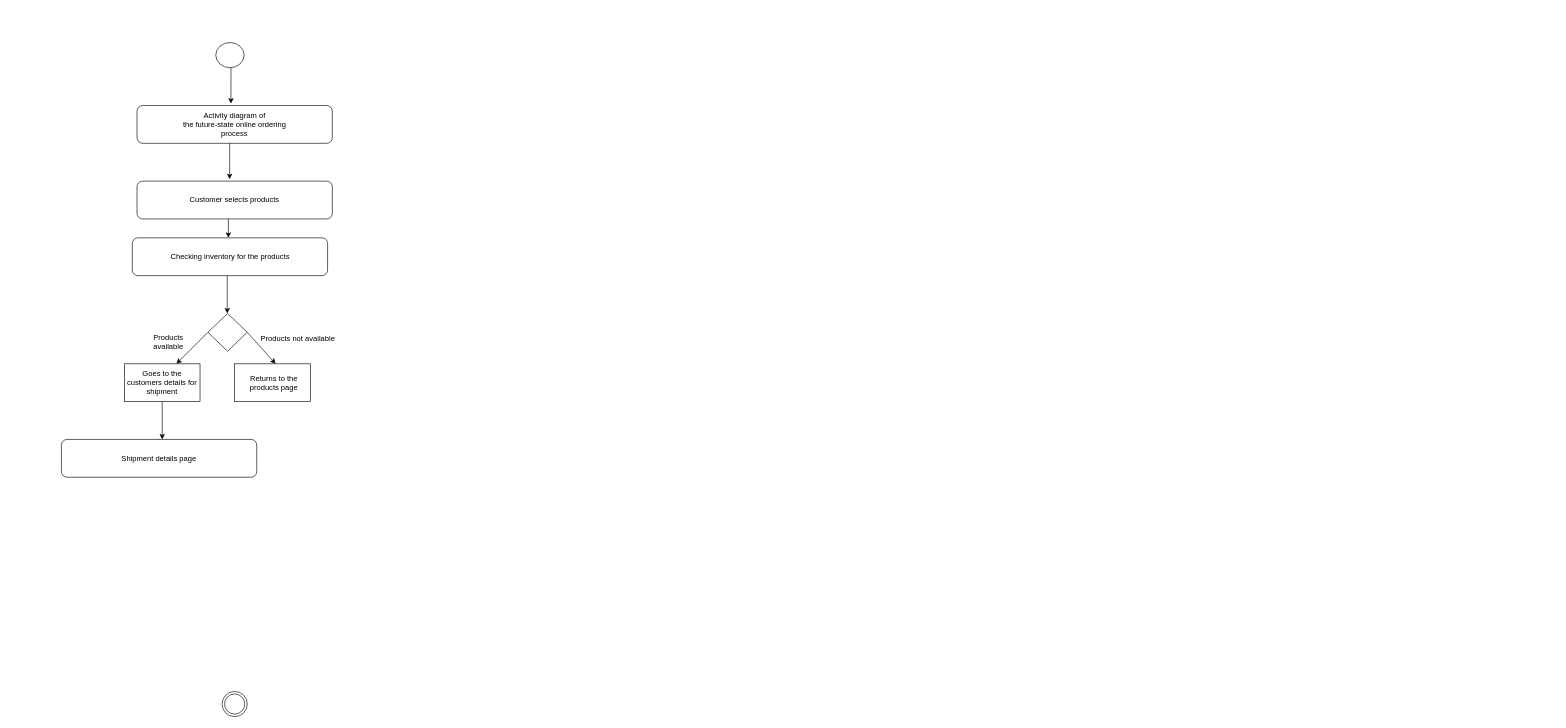
Before: Untitled Diagram.drawio in TipperChristopher/.github.io.matahi, a draw.io diagram. Source tidied: cells renumbered, new cells numbered last; positions are measured from the earlier drawing's top-left corner, leaving out a move shared by most shapes. Both pictures are drawn from the tidied source at 63%, with x=0, y=0 at pixel (61, 42).
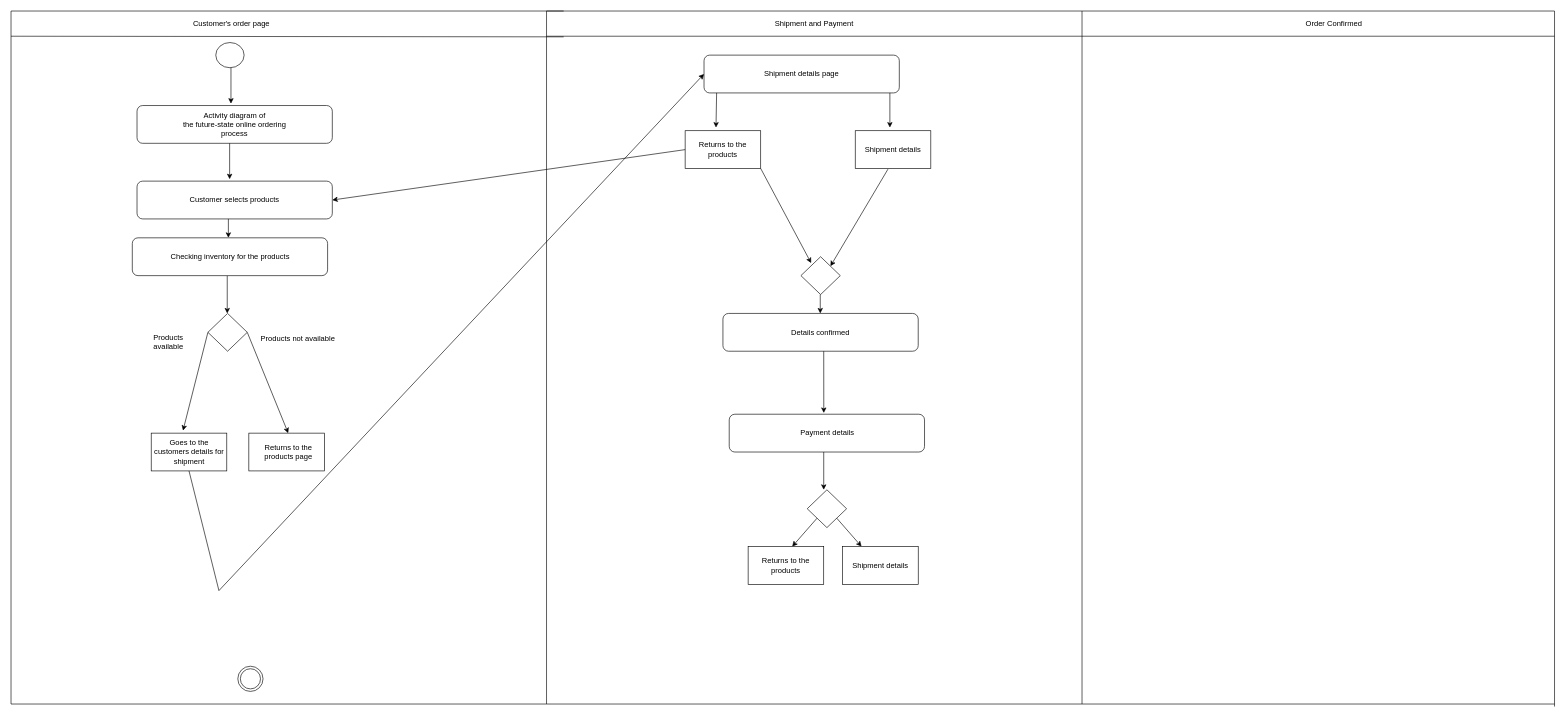
The same diagram, later.

The change refers to these unchanged cells:
```xml
<mxCell id="8" value="Customer selects products" style="text;html=1;strokeColor=none;fillColor=none;align=center;verticalAlign=middle;whiteSpace=wrap;rounded=0;" parent="1" vertex="1">
  <mxGeometry x="120" y="235" width="310" height="30" as="geometry" />
</mxCell>
<mxCell id="14" style="rhombus;whiteSpace=wrap;html=1;" parent="1" vertex="1">
  <mxGeometry x="232.5" y="430" width="62.5" height="60" as="geometry" />
</mxCell>
```

Diff of the diagram source:
```diff
@@
     <mxCell id="2" style="ellipse;shape=doubleEllipse;whiteSpace=wrap;html=1;" parent="1" vertex="1">
-      <mxGeometry x="255" y="1030" width="40" height="40" as="geometry" />
+      <mxGeometry x="280" y="990" width="40" height="40" as="geometry" />
     </mxCell>
@@
-    <mxCell id="15" style="endArrow=classic;html=1;rounded=0;" parent="1" edge="1">
+    <mxCell id="15" style="endArrow=classic;html=1;rounded=0;exitX=0;exitY=0.5;exitDx=0;exitDy=0;" parent="1" edge="1" source="14">
       <mxGeometry relative="1" as="geometry">
-        <mxPoint x="232.5" y="460" as="sourcePoint" />
-        <mxPoint x="182.5" y="510" as="targetPoint" />
+        <mxPoint x="193" y="616" as="targetPoint" />
       </mxGeometry>
     </mxCell>
-    <mxCell id="16" style="endArrow=classic;html=1;rounded=0;" parent="1" edge="1">
-      <mxGeometry relative="1" as="geometry">
-        <mxPoint x="295" y="460" as="sourcePoint" />
-        <mxPoint x="340" y="510" as="targetPoint" />
-      </mxGeometry>
+    <mxCell id="16" style="endArrow=classic;html=1;rounded=0;exitX=1;exitY=0.5;exitDx=0;exitDy=0;entryX=0.5;entryY=0;entryDx=0;entryDy=0;" parent="1" edge="1" source="14" target="22">
+      <mxGeometry relative="1" as="geometry" />
     </mxCell>
     <mxCell id="17" style="rounded=0;whiteSpace=wrap;html=1;" parent="1" vertex="1">
-      <mxGeometry x="100" y="510" width="120" height="60" as="geometry" />
+      <mxGeometry x="142.5" y="620" width="120" height="60" as="geometry" />
     </mxCell>
     <mxCell id="18" style="rounded=0;whiteSpace=wrap;html=1;" parent="1" vertex="1">
-      <mxGeometry x="275" y="510" width="120" height="60" as="geometry" />
+      <mxGeometry x="297.5" y="620" width="120" height="60" as="geometry" />
     </mxCell>
@@
     <mxCell id="21" value="Goes to the customers details for shipment" style="text;html=1;strokeColor=none;fillColor=none;align=center;verticalAlign=middle;whiteSpace=wrap;rounded=0;" parent="1" vertex="1">
-      <mxGeometry x="100" y="510" width="120" height="60" as="geometry" />
+      <mxGeometry x="142.5" y="620" width="120" height="60" as="geometry" />
     </mxCell>
     <mxCell id="22" value="Returns to the products page" style="text;html=1;strokeColor=none;fillColor=none;align=center;verticalAlign=middle;whiteSpace=wrap;rounded=0;" parent="1" vertex="1">
-      <mxGeometry x="275" y="510" width="125" height="60" as="geometry" />
+      <mxGeometry x="297.5" y="620" width="125" height="60" as="geometry" />
     </mxCell>
-    <mxCell id="23" style="endArrow=classic;html=1;rounded=0;" parent="1" edge="1">
-      <mxGeometry relative="1" as="geometry">
-        <mxPoint x="160" y="570" as="sourcePoint" />
-        <mxPoint x="160" y="630" as="targetPoint" />
-      </mxGeometry>
-    </mxCell>
     <mxCell id="24" style="rounded=1;whiteSpace=wrap;html=1;" parent="1" vertex="1">
-      <mxGeometry y="630" width="310" height="60" as="geometry" />
+      <mxGeometry x="1020" y="20" width="310" height="60" as="geometry" />
     </mxCell>
     <mxCell id="25" value="Shipment details page" style="text;html=1;strokeColor=none;fillColor=none;align=center;verticalAlign=middle;whiteSpace=wrap;rounded=0;" parent="1" vertex="1">
-      <mxGeometry y="645" width="310" height="30" as="geometry" />
+      <mxGeometry x="1020" y="35" width="310" height="30" as="geometry" />
     </mxCell>
+    <mxCell id="26" style="endArrow=classic;html=1;rounded=0;" parent="1" edge="1">
+      <mxGeometry relative="1" as="geometry">
+        <mxPoint x="1040" y="80" as="sourcePoint" />
+        <mxPoint x="1039" y="135" as="targetPoint" />
+      </mxGeometry>
+    </mxCell>
+    <mxCell id="27" style="endArrow=classic;html=1;rounded=0;" parent="1" edge="1">
+      <mxGeometry relative="1" as="geometry">
+        <mxPoint x="1315" y="80" as="sourcePoint" />
+        <mxPoint x="1315" y="135" as="targetPoint" />
+      </mxGeometry>
+    </mxCell>
+    <mxCell id="28" style="endArrow=none;html=1;rounded=0;" parent="1" edge="1">
+      <mxGeometry relative="1" as="geometry">
+        <mxPoint x="770" y="1050" as="sourcePoint" />
+        <mxPoint x="770" y="-50" as="targetPoint" />
+      </mxGeometry>
+    </mxCell>
+    <mxCell id="29" style="endArrow=none;html=1;rounded=0;" parent="1" edge="1">
+      <mxGeometry relative="1" as="geometry">
+        <mxPoint x="770" y="-50" as="sourcePoint" />
+        <mxPoint x="1620" y="-50" as="targetPoint" />
+      </mxGeometry>
+    </mxCell>
+    <mxCell id="30" style="endArrow=none;html=1;rounded=0;" parent="1" edge="1">
+      <mxGeometry relative="1" as="geometry">
+        <mxPoint x="1620" y="1050" as="sourcePoint" />
+        <mxPoint x="1620" y="-50" as="targetPoint" />
+      </mxGeometry>
+    </mxCell>
+    <mxCell id="31" style="endArrow=none;html=1;rounded=0;" parent="1" edge="1">
+      <mxGeometry relative="1" as="geometry">
+        <mxPoint x="770" y="1050" as="sourcePoint" />
+        <mxPoint x="1620" y="1050" as="targetPoint" />
+      </mxGeometry>
+    </mxCell>
+    <mxCell id="32" style="endArrow=none;html=1;rounded=0;" parent="1" edge="1">
+      <mxGeometry relative="1" as="geometry">
+        <mxPoint x="770" y="-10" as="sourcePoint" />
+        <mxPoint x="1620" y="-10" as="targetPoint" />
+      </mxGeometry>
+    </mxCell>
+    <mxCell id="33" value="Shipment and Payment" style="text;html=1;strokeColor=none;fillColor=none;align=center;verticalAlign=middle;whiteSpace=wrap;rounded=0;" parent="1" vertex="1">
+      <mxGeometry x="770" y="-50" width="850" height="40" as="geometry" />
+    </mxCell>
+    <mxCell id="34" style="endArrow=none;html=1;rounded=0;" parent="1" edge="1">
+      <mxGeometry relative="1" as="geometry">
+        <mxPoint x="2370" y="1054" as="sourcePoint" />
+        <mxPoint x="2370" y="-50" as="targetPoint" />
+      </mxGeometry>
+    </mxCell>
+    <mxCell id="35" style="endArrow=none;html=1;rounded=0;" parent="1" edge="1">
+      <mxGeometry relative="1" as="geometry">
+        <mxPoint x="1620" y="-10" as="sourcePoint" />
+        <mxPoint x="2370" y="-10" as="targetPoint" />
+      </mxGeometry>
+    </mxCell>
+    <mxCell id="36" style="endArrow=none;html=1;rounded=0;" parent="1" edge="1">
+      <mxGeometry relative="1" as="geometry">
+        <mxPoint x="1620" y="-50" as="sourcePoint" />
+        <mxPoint x="2370" y="-50" as="targetPoint" />
+      </mxGeometry>
+    </mxCell>
+    <mxCell id="37" style="endArrow=none;html=1;rounded=0;" parent="1" edge="1">
+      <mxGeometry relative="1" as="geometry">
+        <mxPoint x="1620" y="1050" as="sourcePoint" />
+        <mxPoint x="2370" y="1050" as="targetPoint" />
+      </mxGeometry>
+    </mxCell>
+    <mxCell id="38" style="endArrow=none;html=1;rounded=0;" parent="1" edge="1">
+      <mxGeometry relative="1" as="geometry">
+        <mxPoint x="-80" y="1050" as="sourcePoint" />
+        <mxPoint x="770" y="1050" as="targetPoint" />
+      </mxGeometry>
+    </mxCell>
+    <mxCell id="39" style="endArrow=none;html=1;rounded=0;entryX=0.032;entryY=1.025;entryDx=0;entryDy=0;entryPerimeter=0;" parent="1" edge="1" target="33">
+      <mxGeometry relative="1" as="geometry">
+        <mxPoint x="-80" y="-10" as="sourcePoint" />
+      </mxGeometry>
+    </mxCell>
+    <mxCell id="40" style="endArrow=none;html=1;rounded=0;entryX=0.032;entryY=0;entryDx=0;entryDy=0;entryPerimeter=0;" parent="1" edge="1" target="33">
+      <mxGeometry relative="1" as="geometry">
+        <mxPoint x="-80" y="-50" as="sourcePoint" />
+      </mxGeometry>
+    </mxCell>
+    <mxCell id="41" value="Customer's order page" style="text;html=1;strokeColor=none;fillColor=none;align=center;verticalAlign=middle;whiteSpace=wrap;rounded=0;" parent="1" vertex="1">
+      <mxGeometry x="90" y="-45" width="360" height="30" as="geometry" />
+    </mxCell>
+    <mxCell id="42" style="endArrow=none;html=1;rounded=0;" parent="1" edge="1">
+      <mxGeometry relative="1" as="geometry">
+        <mxPoint x="-80" y="1050" as="sourcePoint" />
+        <mxPoint x="-80" y="-50" as="targetPoint" />
+      </mxGeometry>
+    </mxCell>
+    <mxCell id="43" style="endArrow=classic;html=1;rounded=0;exitX=0.5;exitY=1;exitDx=0;exitDy=0;entryX=0;entryY=0.5;entryDx=0;entryDy=0;" parent="1" edge="1" source="21" target="25">
+      <mxGeometry relative="1" as="geometry">
+        <Array as="points">
+          <mxPoint x="250" y="870" />
+        </Array>
+      </mxGeometry>
+    </mxCell>
+    <mxCell id="44" style="rounded=0;whiteSpace=wrap;html=1;" parent="1" vertex="1">
+      <mxGeometry x="990" y="140" width="120" height="60" as="geometry" />
+    </mxCell>
+    <mxCell id="45" value="Returns to the products" style="text;html=1;strokeColor=none;fillColor=none;align=center;verticalAlign=middle;whiteSpace=wrap;rounded=0;" parent="1" vertex="1">
+      <mxGeometry x="990" y="140" width="120" height="60" as="geometry" />
+    </mxCell>
+    <mxCell id="46" style="endArrow=classic;html=1;rounded=0;exitX=0;exitY=0.5;exitDx=0;exitDy=0;entryX=1;entryY=0.5;entryDx=0;entryDy=0;" parent="1" edge="1" source="45" target="8">
+      <mxGeometry relative="1" as="geometry" />
+    </mxCell>
+    <mxCell id="47" style="rounded=0;whiteSpace=wrap;html=1;" parent="1" vertex="1">
+      <mxGeometry x="1260" y="140" width="120" height="60" as="geometry" />
+    </mxCell>
+    <mxCell id="48" value="Shipment details" style="text;html=1;strokeColor=none;fillColor=none;align=center;verticalAlign=middle;whiteSpace=wrap;rounded=0;" parent="1" vertex="1">
+      <mxGeometry x="1260" y="140" width="120" height="60" as="geometry" />
+    </mxCell>
+    <mxCell id="49" style="endArrow=classic;html=1;rounded=0;exitX=0.433;exitY=1.017;exitDx=0;exitDy=0;exitPerimeter=0;entryX=1;entryY=0;entryDx=0;entryDy=0;" parent="1" edge="1" source="48" target="52">
+      <mxGeometry relative="1" as="geometry" />
+    </mxCell>
+    <mxCell id="50" style="rounded=1;whiteSpace=wrap;html=1;" parent="1" vertex="1">
+      <mxGeometry x="1050" y="430" width="310" height="60" as="geometry" />
+    </mxCell>
+    <mxCell id="51" value="Details confirmed" style="text;html=1;strokeColor=none;fillColor=none;align=center;verticalAlign=middle;whiteSpace=wrap;rounded=0;" parent="1" vertex="1">
+      <mxGeometry x="1050" y="445" width="310" height="30" as="geometry" />
+    </mxCell>
+    <mxCell id="52" style="rhombus;whiteSpace=wrap;html=1;" parent="1" vertex="1">
+      <mxGeometry x="1173.8" y="340" width="62.5" height="60" as="geometry" />
+    </mxCell>
+    <mxCell id="53" style="endArrow=classic;html=1;rounded=0;exitX=1;exitY=1;exitDx=0;exitDy=0;" parent="1" edge="1" source="45">
+      <mxGeometry relative="1" as="geometry">
+        <mxPoint x="1190" y="350" as="targetPoint" />
+      </mxGeometry>
+    </mxCell>
+    <mxCell id="54" style="endArrow=classic;html=1;rounded=0;" parent="1" edge="1">
+      <mxGeometry relative="1" as="geometry">
+        <mxPoint x="1204.5" y="400" as="sourcePoint" />
+        <mxPoint x="1204.5" y="430" as="targetPoint" />
+      </mxGeometry>
+    </mxCell>
+    <mxCell id="55" style="endArrow=classic;html=1;rounded=0;exitX=0.103;exitY=1.033;exitDx=0;exitDy=0;exitPerimeter=0;" parent="1" edge="1">
+      <mxGeometry relative="1" as="geometry">
+        <mxPoint x="1210" y="490" as="sourcePoint" />
+        <mxPoint x="1210.1" y="588" as="targetPoint" />
+      </mxGeometry>
+    </mxCell>
+    <mxCell id="56" style="rounded=1;whiteSpace=wrap;html=1;" parent="1" vertex="1">
+      <mxGeometry x="1060" y="590" width="310" height="60" as="geometry" />
+    </mxCell>
+    <mxCell id="57" value="Payment details" style="text;html=1;strokeColor=none;fillColor=none;align=center;verticalAlign=middle;whiteSpace=wrap;rounded=0;" parent="1" vertex="1">
+      <mxGeometry x="1061" y="605" width="310" height="30" as="geometry" />
+    </mxCell>
+    <mxCell id="58" style="endArrow=classic;html=1;rounded=0;" parent="1" edge="1">
+      <mxGeometry relative="1" as="geometry">
+        <mxPoint x="1210" y="650" as="sourcePoint" />
+        <mxPoint x="1210" y="710" as="targetPoint" />
+      </mxGeometry>
+    </mxCell>
+    <mxCell id="59" style="rhombus;whiteSpace=wrap;html=1;" parent="1" vertex="1">
+      <mxGeometry x="1183.8" y="710" width="62.5" height="60" as="geometry" />
+    </mxCell>
+    <mxCell id="60" style="endArrow=classic;html=1;rounded=0;exitX=0;exitY=1;exitDx=0;exitDy=0;" parent="1" edge="1" source="59">
+      <mxGeometry relative="1" as="geometry">
+        <mxPoint x="1160" y="800" as="targetPoint" />
+      </mxGeometry>
+    </mxCell>
+    <mxCell id="61" style="endArrow=classic;html=1;rounded=0;exitX=1;exitY=1;exitDx=0;exitDy=0;" parent="1" edge="1" source="59">
+      <mxGeometry relative="1" as="geometry">
+        <mxPoint x="1270" y="800" as="targetPoint" />
+      </mxGeometry>
+    </mxCell>
+    <mxCell id="62" style="rounded=0;whiteSpace=wrap;html=1;" parent="1" vertex="1">
+      <mxGeometry x="1090" y="800" width="120" height="60" as="geometry" />
+    </mxCell>
+    <mxCell id="63" value="Returns to the products" style="text;html=1;strokeColor=none;fillColor=none;align=center;verticalAlign=middle;whiteSpace=wrap;rounded=0;" parent="1" vertex="1">
+      <mxGeometry x="1090" y="800" width="120" height="60" as="geometry" />
+    </mxCell>
+    <mxCell id="64" style="rounded=0;whiteSpace=wrap;html=1;" parent="1" vertex="1">
+      <mxGeometry x="1240" y="800" width="120" height="60" as="geometry" />
+    </mxCell>
+    <mxCell id="65" value="Shipment details" style="text;html=1;strokeColor=none;fillColor=none;align=center;verticalAlign=middle;whiteSpace=wrap;rounded=0;" parent="1" vertex="1">
+      <mxGeometry x="1240" y="800" width="120" height="60" as="geometry" />
+    </mxCell>
+    <mxCell id="66" value="Order Confirmed" style="text;html=1;strokeColor=none;fillColor=none;align=center;verticalAlign=middle;whiteSpace=wrap;rounded=0;" parent="1" vertex="1">
+      <mxGeometry x="1970" y="-45" width="100" height="30" as="geometry" />
+    </mxCell>
```
